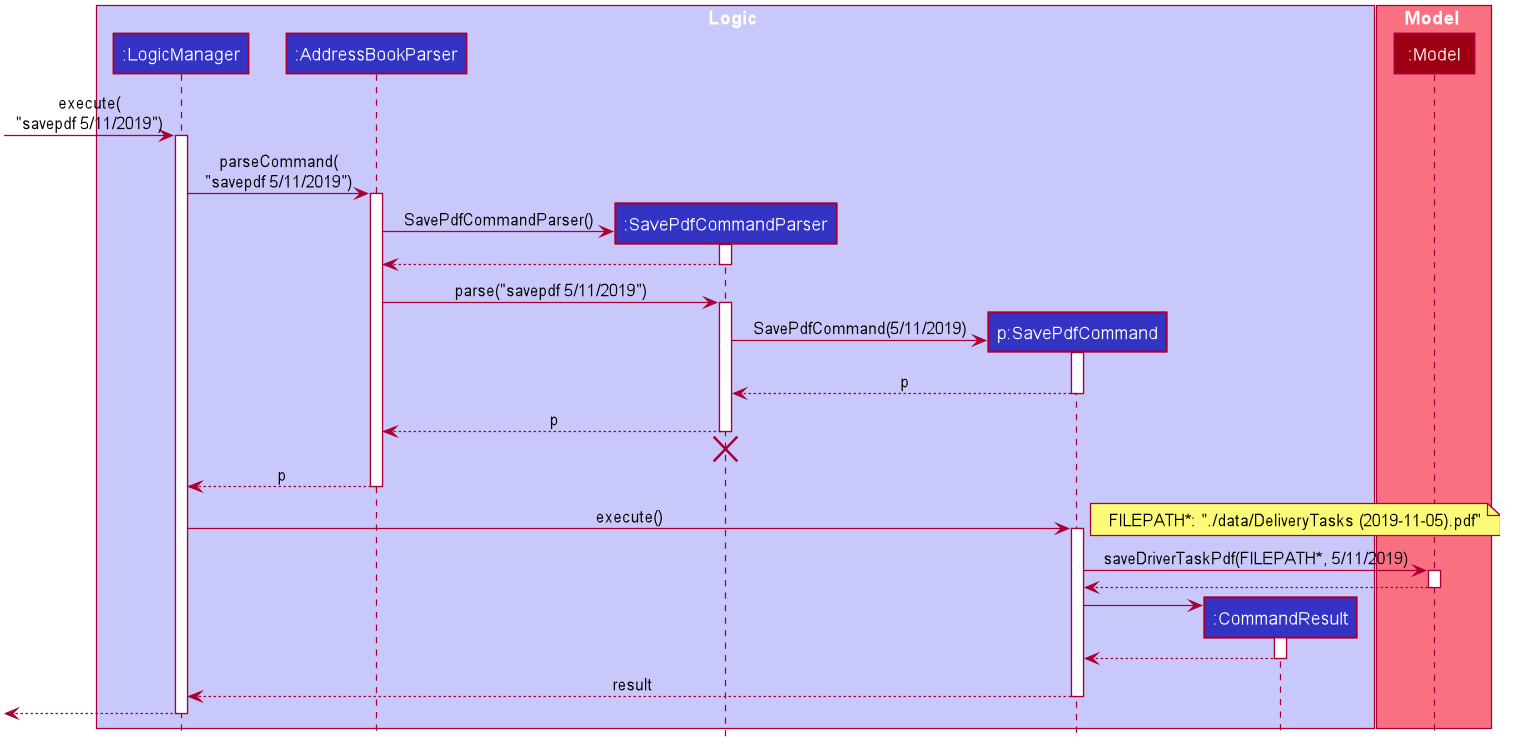
Above: docs/images/SavePdfCommand.png in AY1920S1-CS2103-F14-4/main (PlantUML), before the change.
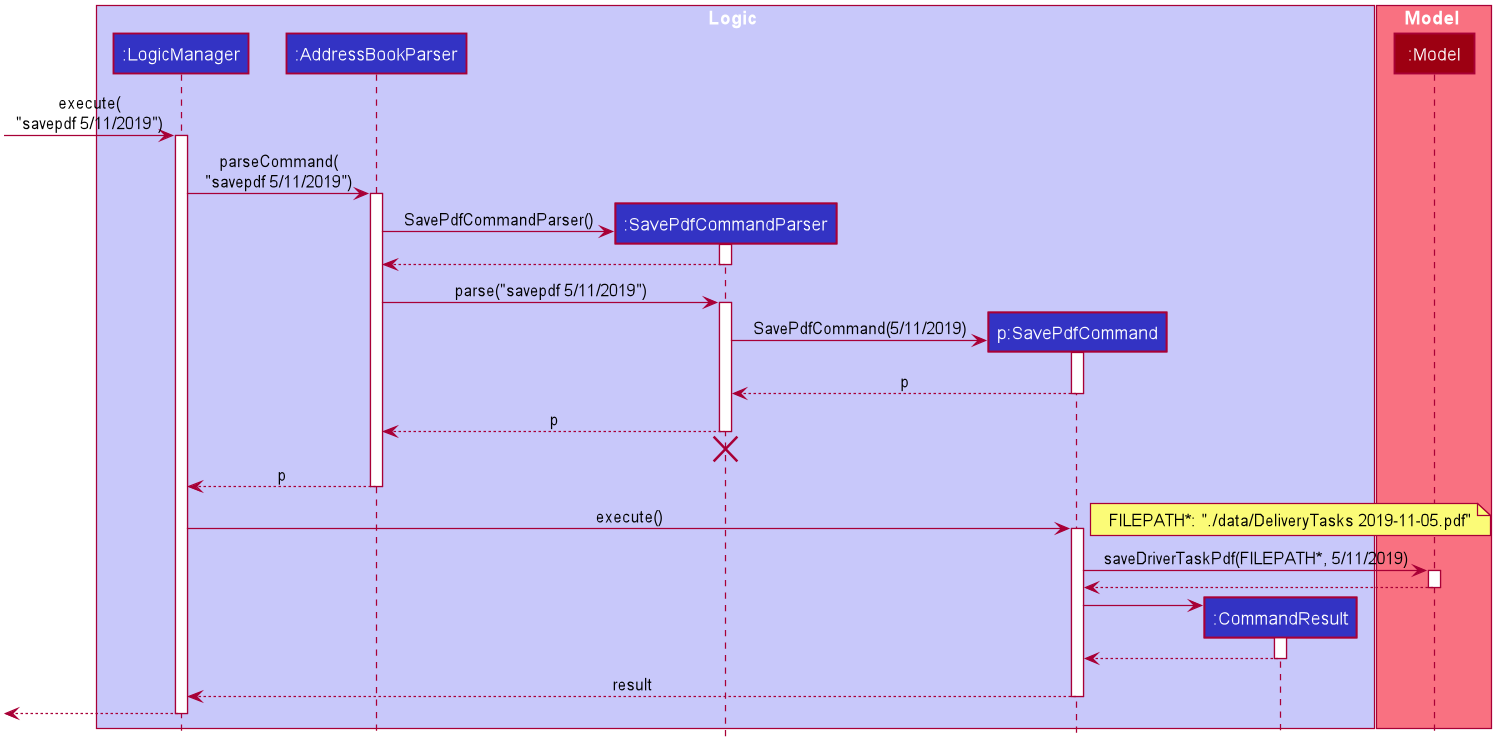
After the commit.

The edit, as a diff of the source:
```diff
@@ -99,7 +99,7 @@
 activate SavePdfCommand
 
 
-note right : FILEPATH*: "./data/DeliveryTasks (2019-11-05).pdf"
+note right : FILEPATH*: "./data/DeliveryTasks 2019-11-05.pdf"
 SavePdfCommand -> Model : saveDriverTaskPdf(FILEPATH*, 5/11/2019)
 activate Model
 
```
